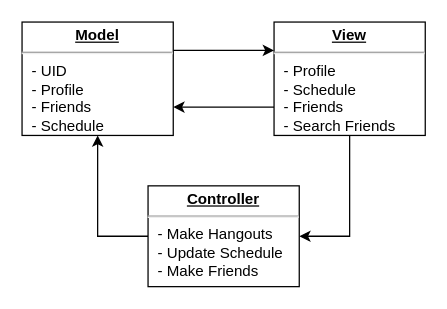
Above: Report/MVC Diagram.drawio in awroda596/Friend-Me (draw.io), before the change. Source tidied: cells renumbered, new cells numbered last; positions are measured from the earlier drawing's top-left corner, leaving out a move shared by most shapes. Both pictures are drawn from the tidied source at 126%, with x=0, y=0 at pixel (21, 21).
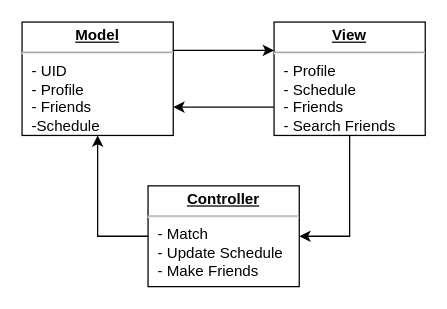
The same page after the edit.

Commit message (it also covers changes not shown here):
MVC Diagram Image

The edit, as a diff of the source:
```diff
@@
 <mxGraphModel>
   <root>
     <mxCell id="0" />
     <mxCell id="1" parent="0" />
     <mxCell id="2" style="edgeStyle=orthogonalEdgeStyle;rounded=0;jettySize=auto;html=1;exitX=1;exitY=0.25;exitDx=0;exitDy=0;entryX=0;entryY=0.25;entryDx=0;entryDy=0;" parent="1" edge="1" source="3" target="6">
       <mxGeometry relative="1" as="geometry" />
     </mxCell>
-    <mxCell id="3" value="&lt;p style=&quot;margin:0px;margin-top:4px;text-align:center;text-decoration:underline;&quot;&gt;&lt;b&gt;Model&lt;/b&gt;&lt;/p&gt;&lt;hr&gt;&lt;p style=&quot;margin:0px;margin-left:8px;&quot;&gt;- UID&lt;/p&gt;&lt;p style=&quot;margin:0px;margin-left:8px;&quot;&gt;- Profile&lt;/p&gt;&lt;p style=&quot;margin:0px;margin-left:8px;&quot;&gt;- Friends&lt;/p&gt;&lt;p style=&quot;margin:0px;margin-left:8px;&quot;&gt;- Schedule&lt;/p&gt;" style="verticalAlign=top;align=left;overflow=fill;html=1;whiteSpace=wrap;" parent="1" vertex="1">
+    <mxCell id="3" value="&lt;p style=&quot;margin:0px;margin-top:4px;text-align:center;text-decoration:underline;&quot;&gt;&lt;b&gt;Model&lt;/b&gt;&lt;/p&gt;&lt;hr&gt;&lt;p style=&quot;margin:0px;margin-left:8px;&quot;&gt;- UID&lt;/p&gt;&lt;p style=&quot;margin:0px;margin-left:8px;&quot;&gt;- Profile&lt;/p&gt;&lt;p style=&quot;margin:0px;margin-left:8px;&quot;&gt;- Friends&lt;/p&gt;&lt;p style=&quot;margin:0px;margin-left:8px;&quot;&gt;-Schedule&lt;/p&gt;" style="verticalAlign=top;align=left;overflow=fill;html=1;whiteSpace=wrap;" parent="1" vertex="1">
       <mxGeometry width="120" height="90" as="geometry" />
     </mxCell>
     <mxCell id="4" style="edgeStyle=orthogonalEdgeStyle;rounded=0;jettySize=auto;html=1;exitX=0;exitY=0.75;exitDx=0;exitDy=0;entryX=1;entryY=0.75;entryDx=0;entryDy=0;" parent="1" edge="1" source="6" target="3">
       <mxGeometry relative="1" as="geometry" />
     </mxCell>
     <mxCell id="5" style="edgeStyle=orthogonalEdgeStyle;rounded=0;jettySize=auto;html=1;exitX=0.5;exitY=1;exitDx=0;exitDy=0;entryX=1;entryY=0.5;entryDx=0;entryDy=0;" parent="1" edge="1" source="6" target="8">
       <mxGeometry relative="1" as="geometry" />
     </mxCell>
     <mxCell id="6" value="&lt;p style=&quot;margin:0px;margin-top:4px;text-align:center;text-decoration:underline;&quot;&gt;&lt;b&gt;View&lt;/b&gt;&lt;/p&gt;&lt;hr&gt;&lt;p style=&quot;margin:0px;margin-left:8px;&quot;&gt;- Profile&lt;br style=&quot;text-align: center;&quot;&gt;&lt;span style=&quot;text-align: center;&quot;&gt;- Schedule&lt;/span&gt;&lt;br style=&quot;text-align: center;&quot;&gt;&lt;span style=&quot;text-align: center;&quot;&gt;- Friends&lt;/span&gt;&lt;br style=&quot;text-align: center;&quot;&gt;&lt;span style=&quot;text-align: center;&quot;&gt;- Search Friends&lt;/span&gt;&lt;br&gt;&lt;/p&gt;" style="verticalAlign=top;align=left;overflow=fill;html=1;whiteSpace=wrap;" parent="1" vertex="1">
       <mxGeometry x="200" width="120" height="90" as="geometry" />
     </mxCell>
     <mxCell id="7" style="edgeStyle=orthogonalEdgeStyle;rounded=0;jettySize=auto;html=1;exitX=0;exitY=0.5;exitDx=0;exitDy=0;entryX=0.5;entryY=1;entryDx=0;entryDy=0;" parent="1" edge="1" source="8" target="3">
       <mxGeometry relative="1" as="geometry" />
     </mxCell>
-    <mxCell id="8" value="&lt;p style=&quot;margin:0px;margin-top:4px;text-align:center;text-decoration:underline;&quot;&gt;&lt;b&gt;Controller&lt;/b&gt;&lt;/p&gt;&lt;hr&gt;&lt;p style=&quot;margin:0px;margin-left:8px;&quot;&gt;- Make Hangouts&lt;br style=&quot;text-align: center;&quot;&gt;&lt;span style=&quot;text-align: center;&quot;&gt;- Update Schedule&lt;/span&gt;&lt;br style=&quot;text-align: center;&quot;&gt;&lt;span style=&quot;text-align: center;&quot;&gt;- Make Friends&lt;/span&gt;&lt;br&gt;&lt;/p&gt;" style="verticalAlign=top;align=left;overflow=fill;html=1;whiteSpace=wrap;" parent="1" vertex="1">
+    <mxCell id="8" value="&lt;p style=&quot;margin:0px;margin-top:4px;text-align:center;text-decoration:underline;&quot;&gt;&lt;b&gt;Controller&lt;/b&gt;&lt;/p&gt;&lt;hr&gt;&lt;p style=&quot;margin:0px;margin-left:8px;&quot;&gt;- Match&lt;br style=&quot;text-align: center;&quot;&gt;&lt;span style=&quot;text-align: center;&quot;&gt;- Update Schedule&lt;/span&gt;&lt;br style=&quot;text-align: center;&quot;&gt;&lt;span style=&quot;text-align: center;&quot;&gt;- Make Friends&lt;/span&gt;&lt;br&gt;&lt;/p&gt;" style="verticalAlign=top;align=left;overflow=fill;html=1;whiteSpace=wrap;" parent="1" vertex="1">
       <mxGeometry x="100" y="130" width="120" height="80" as="geometry" />
     </mxCell>
   </root>
 </mxGraphModel>
```
